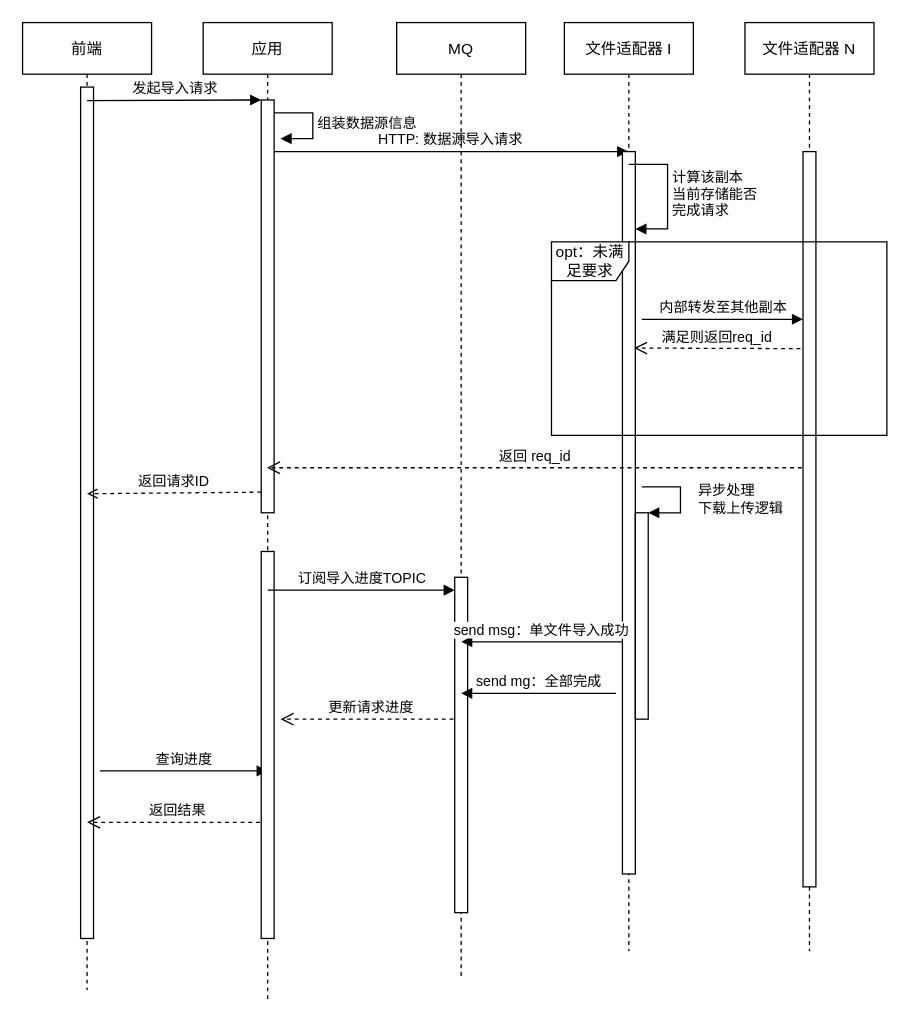
kingstone95/diagrams keeps this draw.io diagram as datasource.drawio. Above is the earlier version. Source tidied: cells renumbered, new cells numbered last; positions are measured from the earlier drawing's top-left corner, leaving out a move shared by most shapes. Both pictures are drawn from the tidied source at 129%, with x=0, y=0 at pixel (22, 22).
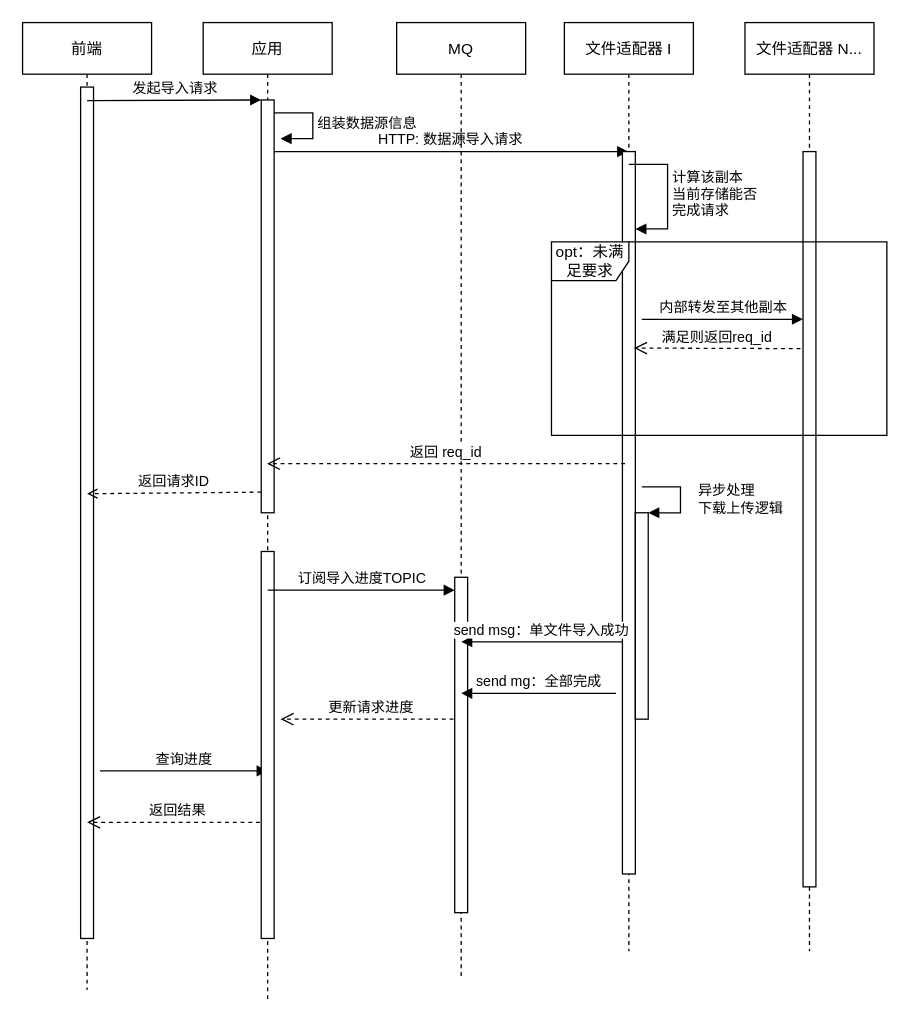
Above is the later version.

Unchanged cells that the change refers to:
```xml
<mxCell id="6" value="应用" style="shape=umlLifeline;perimeter=lifelinePerimeter;rounded=0;shadow=0;strokeWidth=1;" parent="1" vertex="1">
  <mxGeometry x="140" width="100" height="760" as="geometry" />
</mxCell>
<mxCell id="15" style="points=[];perimeter=orthogonalPerimeter;rounded=0;shadow=0;strokeWidth=1;" parent="14" vertex="1">
  <mxGeometry x="45" y="100" width="10" height="560" as="geometry" />
</mxCell>
<mxCell id="22" style="points=[];perimeter=orthogonalPerimeter;rounded=0;shadow=0;strokeWidth=1;" parent="21" vertex="1">
  <mxGeometry x="45" y="100" width="10" height="570" as="geometry" />
</mxCell>
```

What changed in the source:
```diff
@@
-    <mxCell id="21" value="文件适配器 N" style="shape=umlLifeline;perimeter=lifelinePerimeter;rounded=0;shadow=0;strokeWidth=1;" parent="1" vertex="1">
+    <mxCell id="21" value="文件适配器 N..." style="shape=umlLifeline;perimeter=lifelinePerimeter;rounded=0;shadow=0;strokeWidth=1;" parent="1" vertex="1">
       <mxGeometry x="560" width="100" height="720" as="geometry" />
     </mxCell>
@@
-    <mxCell id="23" value="返回 req_id" style="html=1;verticalAlign=bottom;endArrow=open;dashed=1;endSize=8;rounded=0;exitX=-0.1;exitY=0.43;exitDx=0;exitDy=0;exitPerimeter=0;" parent="1" edge="1" source="22" target="6">
+    <mxCell id="23" value="返回 req_id" style="html=1;verticalAlign=bottom;endArrow=open;dashed=1;endSize=8;rounded=0;exitX=0.2;exitY=0.432;exitDx=0;exitDy=0;exitPerimeter=0;" parent="1" edge="1" source="15" target="6">
       <mxGeometry relative="1" as="geometry" />
     </mxCell>
```
